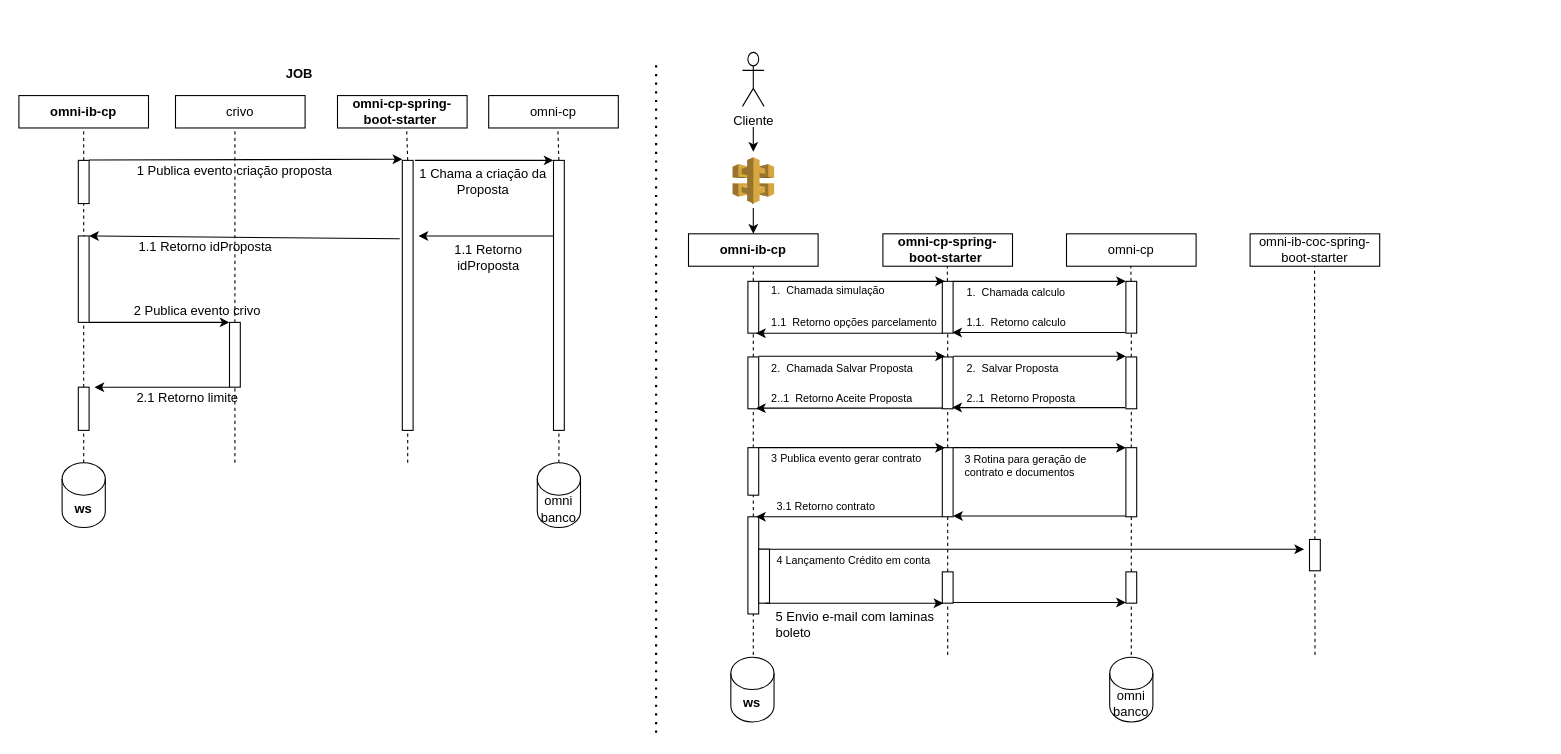
augustotbraga/diagrams keeps this draw.io diagram as Untitled Diagram.drawio. Above is the earlier version. Source tidied: cells renumbered, new cells numbered last; positions are measured from the earlier drawing's top-left corner, leaving out a move shared by most shapes. Both pictures are drawn from the tidied source at 108%, with x=0, y=0 at pixel (18, 52).
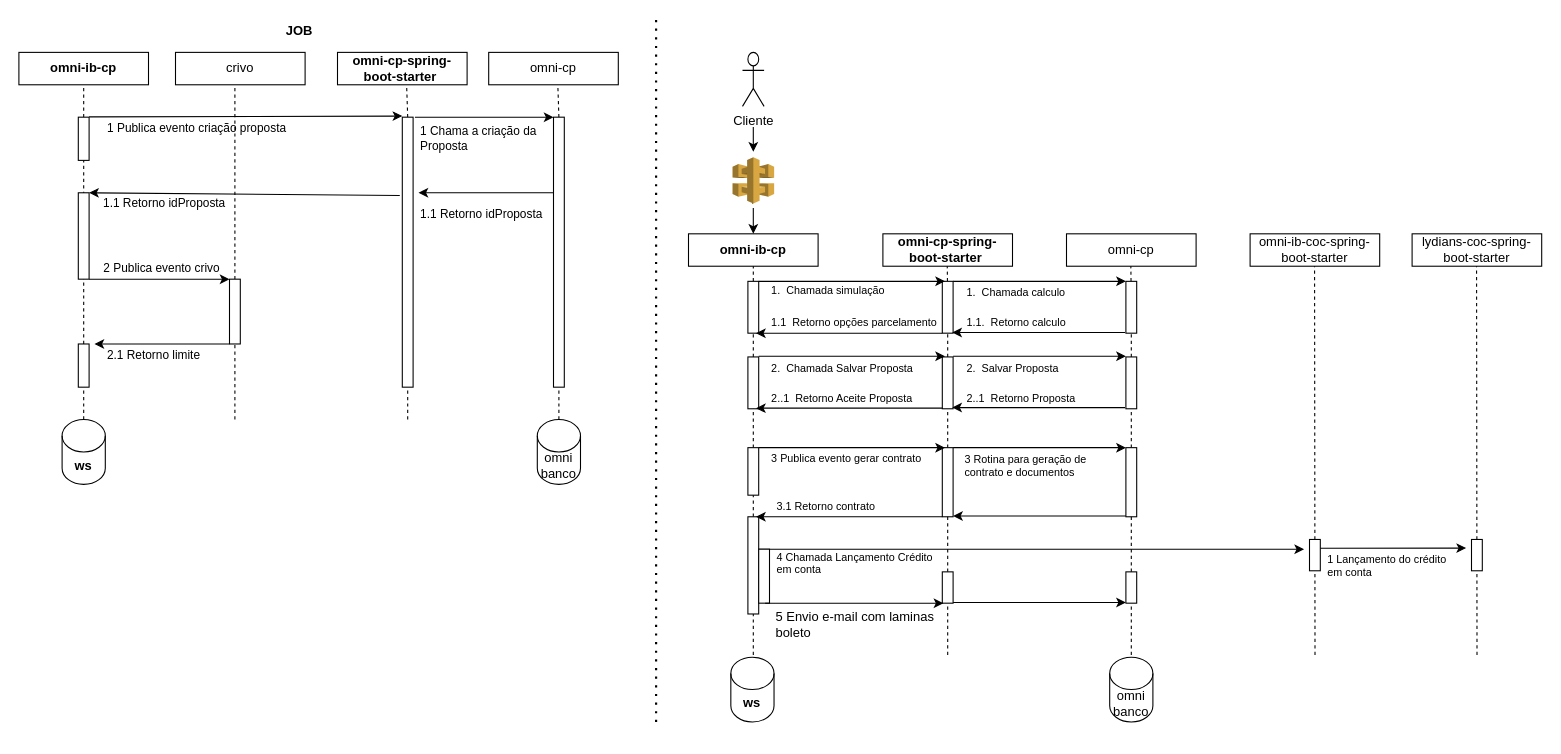
The same diagram, later.

Commit message:
credito pessoal

Change to the diagram source:
```diff
@@
     <mxCell id="2" value="omni-ib-cp" style="rounded=0;whiteSpace=wrap;html=1;fontStyle=1;" parent="1" vertex="1">
-      <mxGeometry y="40" width="120" height="30" as="geometry" />
+      <mxGeometry width="120" height="30" as="geometry" />
     </mxCell>
     <mxCell id="3" value="crivo" style="rounded=0;whiteSpace=wrap;html=1;" parent="1" vertex="1">
-      <mxGeometry x="145" y="40" width="120" height="30" as="geometry" />
+      <mxGeometry x="145" width="120" height="30" as="geometry" />
     </mxCell>
     <mxCell id="4" style="endArrow=none;dashed=1;html=1;entryX=0.5;entryY=1;entryDx=0;entryDy=0;startArrow=none;" parent="1" edge="1" source="5">
       <mxGeometry relative="1" as="geometry">
-        <mxPoint x="200" y="70" as="targetPoint" />
+        <mxPoint x="200" y="30" as="targetPoint" />
       </mxGeometry>
     </mxCell>
     <mxCell id="5" style="rounded=0;whiteSpace=wrap;html=1;" parent="1" vertex="1">
-      <mxGeometry x="195" y="250" width="10" height="60" as="geometry" />
+      <mxGeometry x="195" y="210" width="10" height="60" as="geometry" />
     </mxCell>
     <mxCell id="6" style="endArrow=classic;html=1;" parent="1" edge="1">
       <mxGeometry relative="1" as="geometry">
-        <mxPoint x="65" y="99.7" as="sourcePoint" />
-        <mxPoint x="355" y="99" as="targetPoint" />
+        <mxPoint x="65" y="59.7" as="sourcePoint" />
+        <mxPoint x="355" y="59" as="targetPoint" />
       </mxGeometry>
     </mxCell>
     <mxCell id="7" value="omni-cp-spring-boot-starter&amp;nbsp;" style="rounded=0;whiteSpace=wrap;html=1;fontStyle=1;" parent="1" vertex="1">
-      <mxGeometry x="295" y="40" width="120" height="30" as="geometry" />
+      <mxGeometry x="295" width="120" height="30" as="geometry" />
     </mxCell>
     <mxCell id="8" style="endArrow=none;dashed=1;html=1;startArrow=none;entryX=0.5;entryY=1;entryDx=0;entryDy=0;" parent="1" edge="1">
       <mxGeometry relative="1" as="geometry">
-        <mxPoint x="360" y="100" as="sourcePoint" />
-        <mxPoint x="359" y="70" as="targetPoint" />
+        <mxPoint x="360" y="60" as="sourcePoint" />
+        <mxPoint x="359" y="30" as="targetPoint" />
       </mxGeometry>
     </mxCell>
     <mxCell id="9" style="rounded=0;whiteSpace=wrap;html=1;" parent="1" vertex="1">
-      <mxGeometry x="355" y="100" width="10" height="250" as="geometry" />
+      <mxGeometry x="355" y="60" width="10" height="250" as="geometry" />
     </mxCell>
     <mxCell id="10" style="endArrow=classic;html=1;entryX=0;entryY=0;entryDx=0;entryDy=0;" parent="1" edge="1" target="17">
       <mxGeometry relative="1" as="geometry">
-        <mxPoint x="366.7" y="100" as="sourcePoint" />
+        <mxPoint x="366.7" y="60" as="sourcePoint" />
         <Array as="points">
-          <mxPoint x="446.7" y="100" />
+          <mxPoint x="446.7" y="60" />
         </Array>
       </mxGeometry>
     </mxCell>
     <mxCell id="11" style="endArrow=classic;html=1;exitX=-0.233;exitY=0.29;exitDx=0;exitDy=0;exitPerimeter=0;" parent="1" edge="1" source="9">
       <mxGeometry relative="1" as="geometry">
-        <mxPoint x="65" y="170" as="targetPoint" />
+        <mxPoint x="65" y="130" as="targetPoint" />
       </mxGeometry>
     </mxCell>
     <mxCell id="12" style="endArrow=classic;html=1;entryX=0;entryY=0;entryDx=0;entryDy=0;" parent="1" edge="1" target="5">
       <mxGeometry relative="1" as="geometry">
-        <mxPoint x="65" y="250" as="sourcePoint" />
+        <mxPoint x="65" y="210" as="sourcePoint" />
       </mxGeometry>
     </mxCell>
     <mxCell id="13" style="endArrow=none;dashed=1;html=1;entryX=0.5;entryY=1;entryDx=0;entryDy=0;" parent="1" edge="1" target="5">
       <mxGeometry relative="1" as="geometry">
-        <mxPoint x="200" y="380" as="sourcePoint" />
+        <mxPoint x="200" y="340" as="sourcePoint" />
       </mxGeometry>
     </mxCell>
     <mxCell id="14" style="endArrow=classic;html=1;exitX=0;exitY=1;exitDx=0;exitDy=0;" parent="1" edge="1" source="5">
       <mxGeometry relative="1" as="geometry">
-        <mxPoint x="70" y="310" as="targetPoint" />
+        <mxPoint x="70" y="270" as="targetPoint" />
       </mxGeometry>
     </mxCell>
     <mxCell id="15" value="omni-cp" style="rounded=0;whiteSpace=wrap;html=1;" parent="1" vertex="1">
-      <mxGeometry x="435" y="40" width="120" height="30" as="geometry" />
+      <mxGeometry x="435" width="120" height="30" as="geometry" />
     </mxCell>
     <mxCell id="16" style="endArrow=none;dashed=1;html=1;entryX=0.5;entryY=1;entryDx=0;entryDy=0;startArrow=none;" parent="1" edge="1">
       <mxGeometry relative="1" as="geometry">
-        <mxPoint x="500" y="100" as="sourcePoint" />
-        <mxPoint x="499" y="70" as="targetPoint" />
+        <mxPoint x="500" y="60" as="sourcePoint" />
+        <mxPoint x="499" y="30" as="targetPoint" />
       </mxGeometry>
     </mxCell>
     <mxCell id="17" style="rounded=0;whiteSpace=wrap;html=1;" parent="1" vertex="1">
-      <mxGeometry x="495" y="100" width="10" height="250" as="geometry" />
+      <mxGeometry x="495" y="60" width="10" height="250" as="geometry" />
     </mxCell>
     <mxCell id="18" style="endArrow=none;dashed=1;html=1;entryX=0.5;entryY=1;entryDx=0;entryDy=0;" parent="1" edge="1" target="17">
       <mxGeometry relative="1" as="geometry">
-        <mxPoint x="500" y="380" as="sourcePoint" />
+        <mxPoint x="500" y="340" as="sourcePoint" />
       </mxGeometry>
     </mxCell>
     <mxCell id="19" style="endArrow=classic;html=1;" parent="1" edge="1">
       <mxGeometry relative="1" as="geometry">
-        <mxPoint x="495" y="170" as="sourcePoint" />
-        <mxPoint x="370" y="170" as="targetPoint" />
+        <mxPoint x="495" y="130" as="sourcePoint" />
+        <mxPoint x="370" y="130" as="targetPoint" />
       </mxGeometry>
     </mxCell>
-    <mxCell id="20" value="1 Publica evento criação proposta" style="text;html=1;strokeColor=none;fillColor=none;align=center;verticalAlign=middle;whiteSpace=wrap;rounded=0;" parent="1" vertex="1">
-      <mxGeometry x="100" y="100" width="200" height="20" as="geometry" />
+    <mxCell id="20" value="1 Publica evento criação proposta" style="text;html=1;strokeColor=none;fillColor=none;align=center;verticalAlign=middle;whiteSpace=wrap;rounded=0;fontSize=11;" parent="1" vertex="1">
+      <mxGeometry x="65" y="60" width="200" height="20" as="geometry" />
     </mxCell>
-    <mxCell id="21" value="1 Chama a criação da Proposta" style="text;html=1;strokeColor=none;fillColor=none;align=center;verticalAlign=middle;whiteSpace=wrap;rounded=0;" parent="1" vertex="1">
-      <mxGeometry x="370" y="110" width="120" height="20" as="geometry" />
+    <mxCell id="21" value="1 Chama a criação da Proposta" style="text;html=1;strokeColor=none;fillColor=none;align=left;verticalAlign=middle;whiteSpace=wrap;rounded=0;fontSize=11;" parent="1" vertex="1">
+      <mxGeometry x="370" y="70" width="120" height="20" as="geometry" />
     </mxCell>
-    <mxCell id="22" value="1.1 Retorno idProposta" style="text;html=1;strokeColor=none;fillColor=none;align=center;verticalAlign=middle;whiteSpace=wrap;rounded=0;" parent="1" vertex="1">
-      <mxGeometry x="385" y="180" width="100" height="20" as="geometry" />
+    <mxCell id="22" value="1.1 Retorno idProposta" style="text;html=1;strokeColor=none;fillColor=none;align=left;verticalAlign=middle;whiteSpace=wrap;rounded=0;fontSize=11;" parent="1" vertex="1">
+      <mxGeometry x="370" y="140" width="120" height="20" as="geometry" />
     </mxCell>
     <mxCell id="23" style="endArrow=none;dashed=1;html=1;entryX=0.5;entryY=1;entryDx=0;entryDy=0;startArrow=none;" parent="1" edge="1" source="24">
       <mxGeometry relative="1" as="geometry">
-        <mxPoint x="60" y="70" as="targetPoint" />
+        <mxPoint x="60" y="30" as="targetPoint" />
       </mxGeometry>
     </mxCell>
     <mxCell id="24" style="rounded=0;whiteSpace=wrap;html=1;" parent="1" vertex="1">
-      <mxGeometry x="55" y="100" width="10" height="40" as="geometry" />
+      <mxGeometry x="55" y="60" width="10" height="40" as="geometry" />
     </mxCell>
     <mxCell id="25" style="endArrow=none;dashed=1;html=1;entryX=0.5;entryY=1;entryDx=0;entryDy=0;startArrow=none;" parent="1" edge="1" target="24">
       <mxGeometry relative="1" as="geometry">
-        <mxPoint x="60" y="250" as="sourcePoint" />
+        <mxPoint x="60" y="210" as="sourcePoint" />
       </mxGeometry>
     </mxCell>
@@
     <mxCell id="27" style="rounded=0;whiteSpace=wrap;html=1;" parent="1" vertex="1">
-      <mxGeometry x="55" y="170" width="10" height="80" as="geometry" />
+      <mxGeometry x="55" y="130" width="10" height="80" as="geometry" />
     </mxCell>
     <mxCell id="28" style="rounded=0;whiteSpace=wrap;html=1;" parent="1" vertex="1">
-      <mxGeometry x="55" y="310" width="10" height="40" as="geometry" />
+      <mxGeometry x="55" y="270" width="10" height="40" as="geometry" />
     </mxCell>
     <mxCell id="29" value="ws" style="shape=cylinder3;whiteSpace=wrap;html=1;boundedLbl=1;backgroundOutline=1;size=15;fontStyle=1;" parent="1" vertex="1">
-      <mxGeometry x="40" y="380" width="40" height="60" as="geometry" />
+      <mxGeometry x="40" y="340" width="40" height="60" as="geometry" />
     </mxCell>
     <mxCell id="30" value="omni banco" style="shape=cylinder3;whiteSpace=wrap;html=1;boundedLbl=1;backgroundOutline=1;size=15;" parent="1" vertex="1">
-      <mxGeometry x="480" y="380" width="40" height="60" as="geometry" />
+      <mxGeometry x="480" y="340" width="40" height="60" as="geometry" />
     </mxCell>
-    <mxCell id="31" value="1.1 Retorno idProposta" style="text;html=1;strokeColor=none;fillColor=none;align=center;verticalAlign=middle;whiteSpace=wrap;rounded=0;" parent="1" vertex="1">
-      <mxGeometry x="93" y="170" width="160" height="20" as="geometry" />
+    <mxCell id="31" value="1.1 Retorno idProposta" style="text;html=1;strokeColor=none;fillColor=none;align=center;verticalAlign=middle;whiteSpace=wrap;rounded=0;fontSize=11;" parent="1" vertex="1">
+      <mxGeometry x="55" y="130" width="160" height="20" as="geometry" />
     </mxCell>
-    <mxCell id="32" value="2 Publica evento crivo" style="text;html=1;strokeColor=none;fillColor=none;align=center;verticalAlign=middle;whiteSpace=wrap;rounded=0;" parent="1" vertex="1">
-      <mxGeometry x="93" y="230" width="145" height="20" as="geometry" />
+    <mxCell id="32" value="2 Publica evento crivo" style="text;html=1;strokeColor=none;fillColor=none;align=center;verticalAlign=middle;whiteSpace=wrap;rounded=0;fontSize=11;" parent="1" vertex="1">
+      <mxGeometry x="60" y="190" width="145" height="20" as="geometry" />
     </mxCell>
     <mxCell id="33" style="endArrow=none;dashed=1;html=1;entryX=0.5;entryY=1;entryDx=0;entryDy=0;" parent="1" edge="1" target="28">
       <mxGeometry relative="1" as="geometry">
-        <mxPoint x="60" y="380" as="sourcePoint" />
+        <mxPoint x="60" y="340" as="sourcePoint" />
       </mxGeometry>
     </mxCell>
-    <mxCell id="34" value="2.1 Retorno limite&amp;nbsp;" style="text;html=1;strokeColor=none;fillColor=none;align=center;verticalAlign=middle;whiteSpace=wrap;rounded=0;" parent="1" vertex="1">
-      <mxGeometry x="78" y="310" width="160" height="20" as="geometry" />
+    <mxCell id="34" value="2.1 Retorno limite&amp;nbsp;" style="text;html=1;strokeColor=none;fillColor=none;align=left;verticalAlign=middle;whiteSpace=wrap;rounded=0;fontSize=11;" parent="1" vertex="1">
+      <mxGeometry x="80" y="270" width="160" height="20" as="geometry" />
     </mxCell>
     <mxCell id="35" style="endArrow=none;dashed=1;html=1;entryX=0.5;entryY=1;entryDx=0;entryDy=0;entryPerimeter=0;" parent="1" edge="1" target="9">
       <mxGeometry relative="1" as="geometry">
-        <mxPoint x="360" y="380" as="sourcePoint" />
+        <mxPoint x="360" y="340" as="sourcePoint" />
       </mxGeometry>
     </mxCell>
@@
     <mxCell id="39" value="JOB" style="text;html=1;strokeColor=none;fillColor=none;align=center;verticalAlign=middle;whiteSpace=wrap;rounded=0;fontStyle=1;" parent="1" vertex="1">
-      <mxGeometry x="240" y="10" width="40" height="20" as="geometry" />
+      <mxGeometry x="240" y="-30" width="40" height="20" as="geometry" />
     </mxCell>
     <mxCell id="40" style="endArrow=none;dashed=1;html=1;dashPattern=1 3;strokeWidth=2;" parent="1" edge="1">
       <mxGeometry relative="1" as="geometry">
-        <mxPoint x="590" y="630" as="sourcePoint" />
-        <mxPoint x="590" y="10" as="targetPoint" />
+        <mxPoint x="590" y="620" as="sourcePoint" />
+        <mxPoint x="590" y="-30" as="targetPoint" />
       </mxGeometry>
     </mxCell>
@@
-    <mxCell id="96" value="4 Lançamento Crédito em conta" style="text;html=1;strokeColor=none;fillColor=none;align=left;verticalAlign=middle;whiteSpace=wrap;rounded=0;fontSize=10;" parent="1" vertex="1">
-      <mxGeometry x="700" y="460" width="160" height="20" as="geometry" />
+    <mxCell id="96" value="4 Chamada Lançamento Crédito em conta" style="text;html=1;strokeColor=none;fillColor=none;align=left;verticalAlign=middle;whiteSpace=wrap;rounded=0;fontSize=10;" parent="1" vertex="1">
+      <mxGeometry x="700" y="463" width="160" height="20" as="geometry" />
     </mxCell>
@@
+    <mxCell id="107" value="lydians-coc-spring-boot-starter" style="rounded=0;whiteSpace=wrap;html=1;fontStyle=0;" parent="1" vertex="1">
+      <mxGeometry x="1290" y="168" width="120" height="30" as="geometry" />
+    </mxCell>
+    <mxCell id="108" style="endArrow=none;dashed=1;html=1;startArrow=none;" parent="1" edge="1" source="109">
+      <mxGeometry relative="1" as="geometry">
+        <mxPoint x="1349.7" y="198" as="targetPoint" />
+      </mxGeometry>
+    </mxCell>
+    <mxCell id="109" style="rounded=0;whiteSpace=wrap;html=1;" parent="1" vertex="1">
+      <mxGeometry x="1345" y="451" width="10" height="29" as="geometry" />
+    </mxCell>
+    <mxCell id="110" style="endArrow=none;dashed=1;html=1;" parent="1" edge="1" target="109">
+      <mxGeometry relative="1" as="geometry">
+        <mxPoint x="1350.1" y="558" as="sourcePoint" />
+      </mxGeometry>
+    </mxCell>
+    <mxCell id="111" style="endArrow=classic;html=1;" parent="1" edge="1">
+      <mxGeometry relative="1" as="geometry">
+        <mxPoint x="1205" y="459.2" as="sourcePoint" />
+        <mxPoint x="1340" y="459" as="targetPoint" />
+      </mxGeometry>
+    </mxCell>
+    <mxCell id="112" value="1 Lançamento do crédito em conta&amp;nbsp;" style="text;html=1;strokeColor=none;fillColor=none;align=left;verticalAlign=middle;whiteSpace=wrap;rounded=0;fontSize=10;" parent="1" vertex="1">
+      <mxGeometry x="1210" y="465" width="120" height="20" as="geometry" />
+    </mxCell>
```
